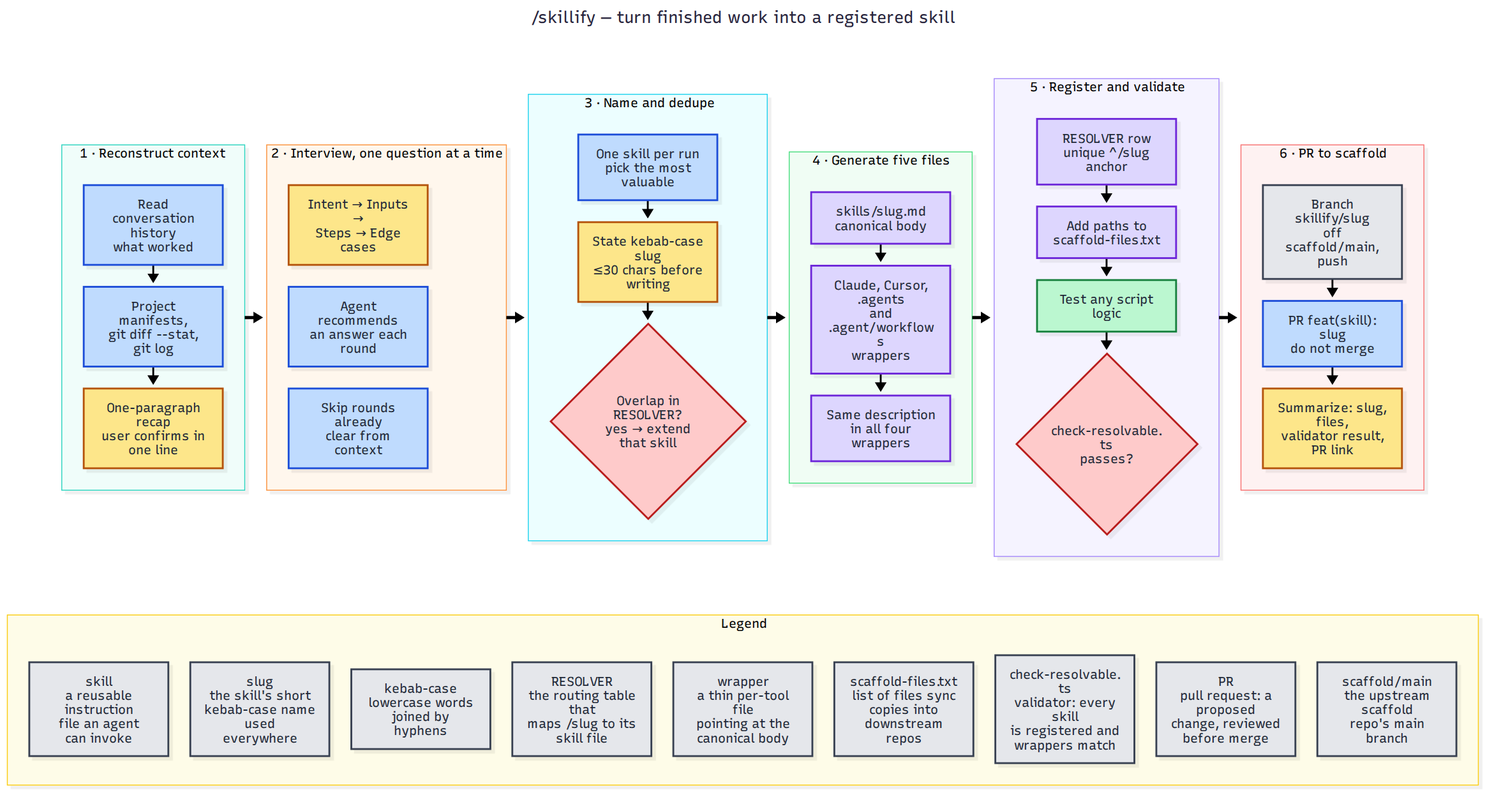
victusfate/scaffold keeps this Mermaid diagram as docs/diagrams/generated/skillify.png. Above is the earlier version. Its source is kept beside it as docs/diagrams/src/skillify.mmd. The source it was exported from:
```mermaid
---
title: /skillify — turn finished work into a registered skill
---
flowchart TB
  classDef owner fill:#fde68a,stroke:#b45309,color:#1f2937
  classDef orch fill:#bfdbfe,stroke:#1d4ed8,color:#1f2937
  classDef state fill:#ddd6fe,stroke:#6d28d9,color:#1f2937
  classDef lane fill:#bbf7d0,stroke:#15803d,color:#1f2937
  classDef git fill:#e5e7eb,stroke:#374151,color:#1f2937
  classDef gate fill:#fecaca,stroke:#b91c1c,color:#1f2937


  subgraph FLOW[" "]
  direction LR

  subgraph CONTEXT["1 · Reconstruct context"]
    direction TB
    X1["Read conversation history<br/>what worked"]:::orch
    X2["Project manifests,<br/>git diff --stat, git log"]:::orch
    X3["One-paragraph recap<br/>user confirms in one line"]:::owner
    X1 --> X2 --> X3
  end

  subgraph INTERVIEW["2 · Interview, one question at a time"]
    direction TB
    I1["Intent → Inputs →<br/>Steps → Edge cases"]:::owner
    I2["Agent recommends<br/>an answer each round"]:::orch
    I3["Skip rounds already<br/>clear from context"]:::orch
    I1 ~~~ I2 ~~~ I3
  end

  subgraph NAME["3 · Name and dedupe"]
    direction TB
    N1["One skill per run<br/>pick the most valuable"]:::orch
    N2["State kebab-case slug<br/>≤30 chars before writing"]:::owner
    N3{"Overlap in RESOLVER?<br/>yes → extend that skill"}:::gate
    N1 --> N2 --> N3
  end

  subgraph GENERATE["4 · Generate five files"]
    direction TB
    G1["skills/slug.md<br/>canonical body"]:::state
    G2["Claude, Cursor, .agents<br/>and .agent/workflows<br/>wrappers"]:::state
    G3["Same description<br/>in all four wrappers"]:::state
    G1 --> G2 --> G3
  end

  subgraph REGISTER["5 · Register and validate"]
    direction TB
    V1["RESOLVER row<br/>unique ^/slug anchor"]:::state
    V2["Add paths to<br/>scaffold-files.txt"]:::state
    V3["Test any script logic"]:::lane
    V4{"check-resolvable.ts<br/>passes?"}:::gate
    V1 --> V2 --> V3 --> V4
  end

  subgraph UPSTREAM["6 · PR to scaffold"]
    direction TB
    U1["Branch skillify/slug<br/>off scaffold/main, push"]:::git
    U2["PR feat(skill): slug<br/>do not merge"]:::orch
    U3["Summarize: slug, files,<br/>validator result, PR link"]:::owner
    U1 --> U2 --> U3
  end

  CONTEXT ==> INTERVIEW ==> NAME ==> GENERATE ==> REGISTER ==> UPSTREAM
  end
  style FLOW fill:none,stroke:none

  subgraph LEGEND["Legend"]
    direction LR
    L1["skill<br/>a reusable instruction<br/>file an agent<br/>can invoke"]:::git
    L2["slug<br/>the skill's short<br/>kebab-case name used<br/>everywhere"]:::git
    L3["kebab-case<br/>lowercase words<br/>joined by hyphens"]:::git
    L4["RESOLVER<br/>the routing table that<br/>maps /slug to its<br/>skill file"]:::git
    L5["wrapper<br/>a thin per-tool file<br/>pointing at the<br/>canonical body"]:::git
    L6["scaffold-files.txt<br/>list of files sync<br/>copies into<br/>downstream repos"]:::git
    L7["check-resolvable.ts<br/>validator: every skill<br/>is registered and<br/>wrappers match"]:::git
    L8["PR<br/>pull request: a proposed<br/>change, reviewed<br/>before merge"]:::git
    L9["scaffold/main<br/>the upstream scaffold<br/>repo's main branch"]:::git
    L1 ~~~ L2 ~~~ L3 ~~~ L4 ~~~ L5 ~~~ L6 ~~~ L7 ~~~ L8 ~~~ L9
  end

  FLOW ~~~ LEGEND
```
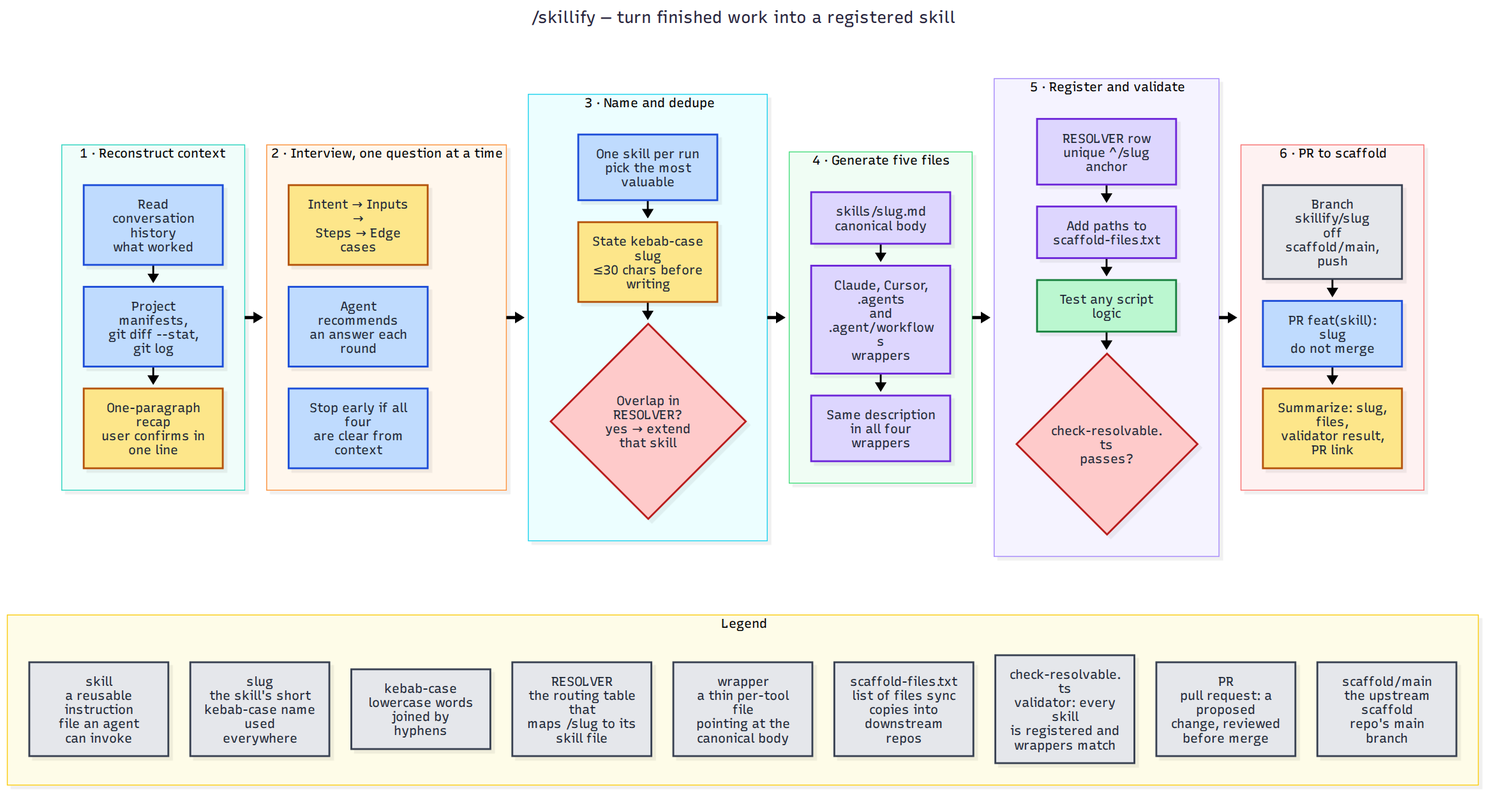
After the change.

Change to the diagram source:
```diff
@@ -25,7 +25,7 @@
     direction TB
     I1["Intent → Inputs →<br/>Steps → Edge cases"]:::owner
     I2["Agent recommends<br/>an answer each round"]:::orch
-    I3["Skip rounds already<br/>clear from context"]:::orch
+    I3["Stop early if all four<br/>are clear from context"]:::orch
     I1 ~~~ I2 ~~~ I3
   end
 
```
